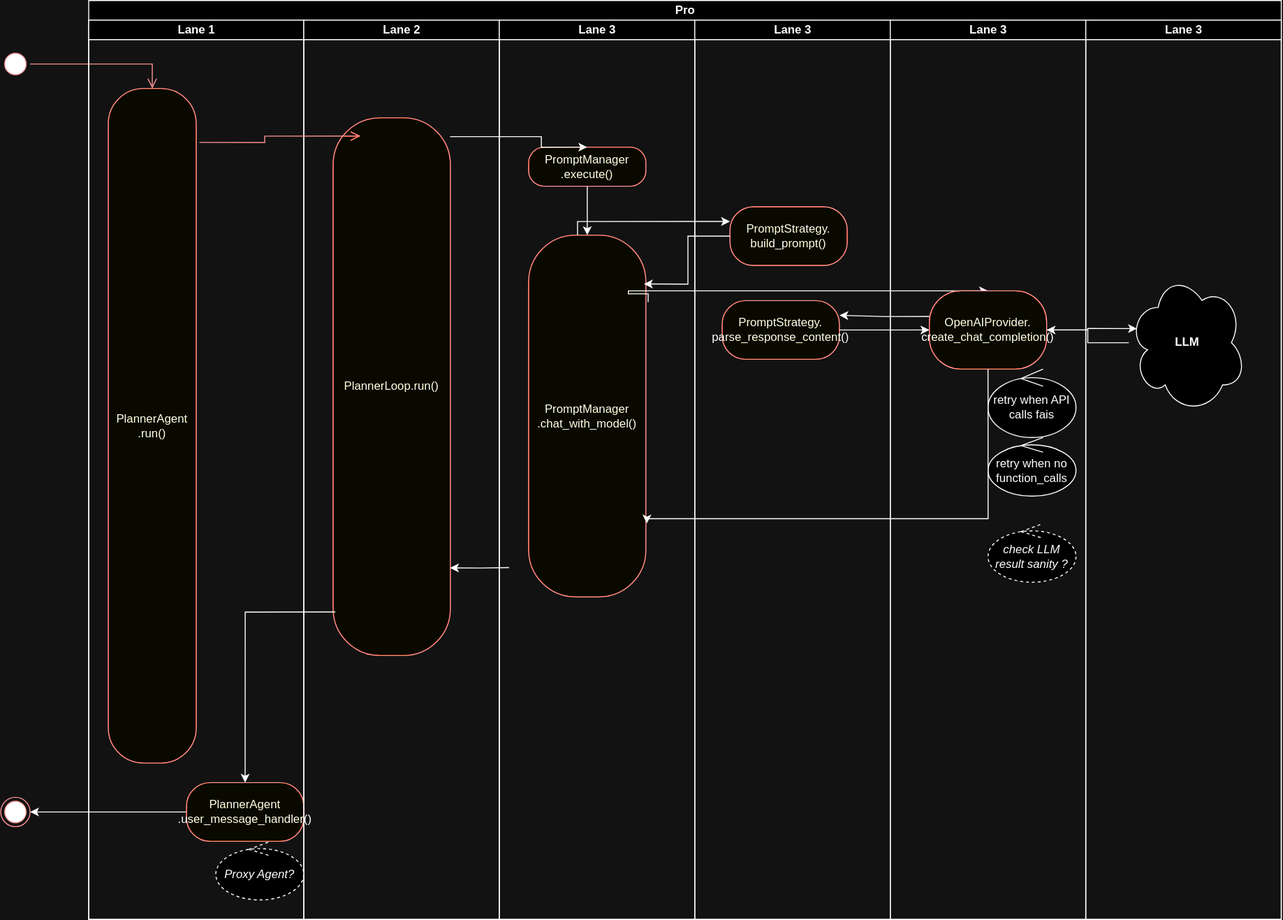
Above: Untitled Diagram.drawio.svg in Significant-Gravitas/AutoGPT (draw.io), before the change. Source tidied: cells renumbered, new cells last; positions are measured from the earlier drawing's top-left corner, leaving out a move shared by most shapes.
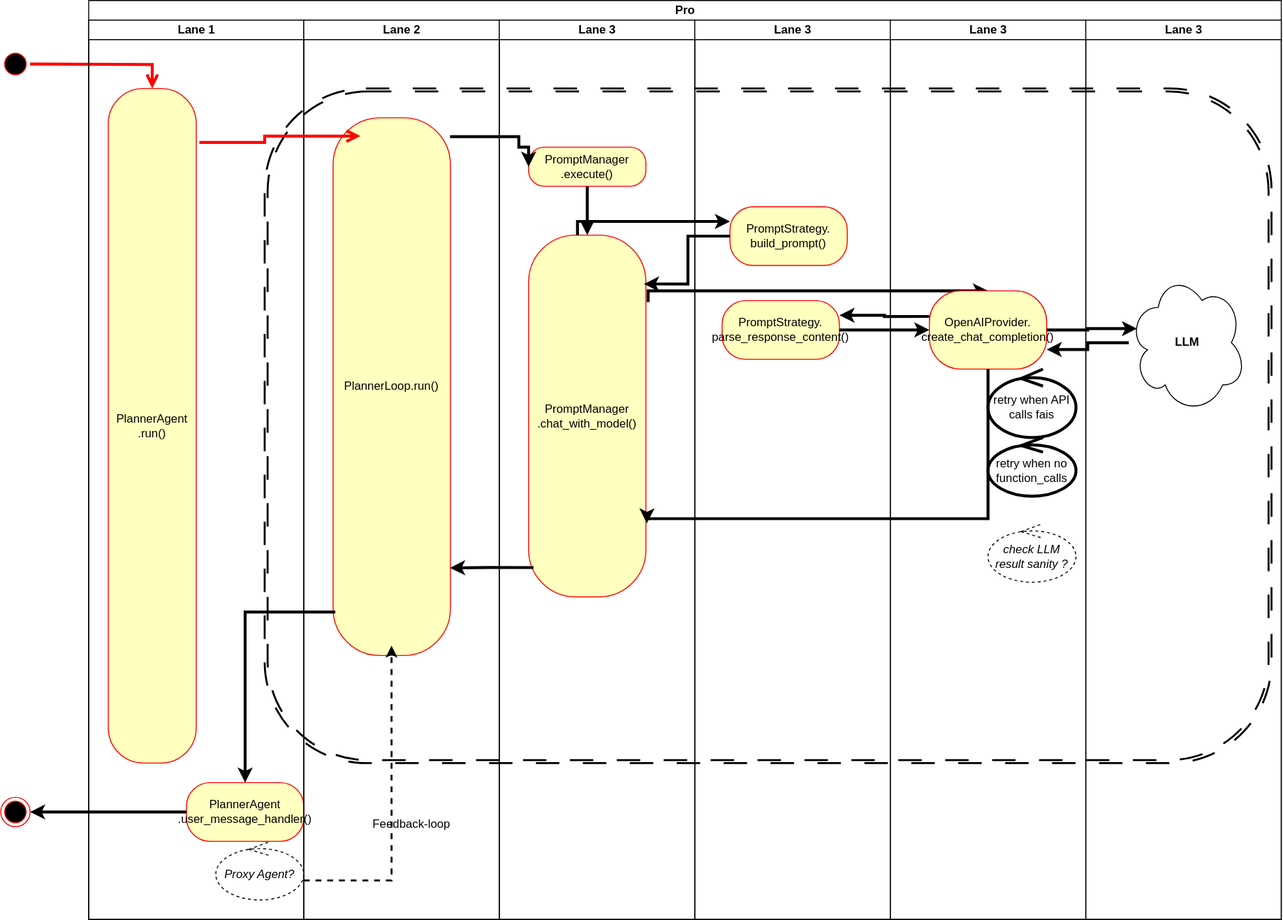
The same file after the commit.

What changed in the source:
```diff
@@ -2,11 +2,16 @@
   <root>
     <mxCell id="0" />
     <mxCell id="1" parent="0" />
+    <mxCell id="39" style="shape=ext;double=1;rounded=1;whiteSpace=wrap;html=1;dashed=1;dashPattern=12 12;fillColor=none;strokeWidth=2;" parent="1" vertex="1">
+      <mxGeometry x="270" y="90" width="1030" height="690" as="geometry" />
+    </mxCell>
     <mxCell id="2" style="ellipse;html=1;shape=startState;fillColor=#000000;strokeColor=#ff0000;" parent="1" vertex="1">
       <mxGeometry y="50" width="30" height="30" as="geometry" />
     </mxCell>
-    <mxCell id="3" style="edgeStyle=orthogonalEdgeStyle;html=1;verticalAlign=bottom;endArrow=open;endSize=8;strokeColor=#ff0000;rounded=0;" parent="1" edge="1" source="2" target="6">
-      <mxGeometry relative="1" as="geometry" />
+    <mxCell id="3" style="edgeStyle=orthogonalEdgeStyle;html=1;verticalAlign=bottom;endArrow=open;endSize=8;strokeColor=#ff0000;rounded=0;strokeWidth=3;" parent="1" edge="1" target="6">
+      <mxGeometry relative="1" as="geometry">
+        <mxPoint x="30" y="65" as="sourcePoint" />
+      </mxGeometry>
     </mxCell>
     <mxCell id="4" value="Pro" style="swimlane;startSize=20;html=1;" parent="1" vertex="1">
       <mxGeometry x="90" width="1220" height="940" as="geometry" />
@@ -32,7 +37,7 @@
     <mxCell id="11" value="Lane 3" style="swimlane;startSize=20;html=1;" parent="4" vertex="1">
       <mxGeometry x="420" y="20" width="200" height="920" as="geometry" />
     </mxCell>
-    <mxCell id="12" style="edgeStyle=orthogonalEdgeStyle;rounded=0;jettySize=auto;html=1;" parent="11" edge="1" source="13" target="14">
+    <mxCell id="12" style="edgeStyle=orthogonalEdgeStyle;rounded=0;jettySize=auto;html=1;strokeWidth=3;" parent="11" edge="1" source="13" target="14">
       <mxGeometry relative="1" as="geometry" />
     </mxCell>
     <mxCell id="13" value="PromptManager .execute()" style="rounded=1;whiteSpace=wrap;html=1;arcSize=40;fontColor=#000000;fillColor=#ffffc0;strokeColor=#ff0000;" parent="11" vertex="1">
@@ -41,10 +46,10 @@
     <mxCell id="14" value="PromptManager .chat_with_model()" style="whiteSpace=wrap;html=1;fillColor=#ffffc0;strokeColor=#ff0000;fontColor=#000000;rounded=1;arcSize=40;" parent="11" vertex="1">
       <mxGeometry x="30" y="220" width="120" height="370" as="geometry" />
     </mxCell>
-    <mxCell id="15" style="edgeStyle=orthogonalEdgeStyle;rounded=0;jettySize=auto;html=1;entryX=0.5;entryY=0;entryDx=0;entryDy=0;exitX=1.019;exitY=0.185;exitDx=0;exitDy=0;exitPerimeter=0;" parent="4" edge="1" source="14" target="23">
+    <mxCell id="15" style="edgeStyle=orthogonalEdgeStyle;rounded=0;jettySize=auto;html=1;entryX=0.5;entryY=0;entryDx=0;entryDy=0;exitX=1.019;exitY=0.185;exitDx=0;exitDy=0;exitPerimeter=0;strokeWidth=3;" parent="4" edge="1" source="14" target="23">
       <mxGeometry relative="1" as="geometry">
         <Array as="points">
-          <mxPoint x="552" y="300" />
+          <mxPoint x="572" y="297" />
         </Array>
       </mxGeometry>
     </mxCell>
@@ -57,17 +62,19 @@
     <mxCell id="18" value="PromptStrategy.&lt;br&gt;parse_response_content()" style="whiteSpace=wrap;html=1;fillColor=#ffffc0;strokeColor=#ff0000;fontColor=#000000;rounded=1;arcSize=40;" parent="16" vertex="1">
       <mxGeometry x="28" y="287" width="120" height="60" as="geometry" />
     </mxCell>
-    <mxCell id="19" style="edgeStyle=orthogonalEdgeStyle;html=1;verticalAlign=bottom;endArrow=open;endSize=8;strokeColor=#ff0000;rounded=0;entryX=0.233;entryY=0.034;entryDx=0;entryDy=0;exitX=1.036;exitY=0.08;exitDx=0;exitDy=0;exitPerimeter=0;entryPerimeter=0;" parent="4" edge="1" source="6" target="10">
+    <mxCell id="19" style="edgeStyle=orthogonalEdgeStyle;html=1;verticalAlign=bottom;endArrow=open;endSize=8;strokeColor=#ff0000;rounded=0;entryX=0.233;entryY=0.034;entryDx=0;entryDy=0;exitX=1.036;exitY=0.08;exitDx=0;exitDy=0;exitPerimeter=0;entryPerimeter=0;strokeWidth=3;" parent="4" edge="1" source="6" target="10">
       <mxGeometry relative="1" as="geometry" />
     </mxCell>
-    <mxCell id="20" style="edgeStyle=orthogonalEdgeStyle;rounded=0;jettySize=auto;html=1;entryX=0.5;entryY=0;entryDx=0;entryDy=0;exitX=0.997;exitY=0.035;exitDx=0;exitDy=0;exitPerimeter=0;" parent="4" edge="1" source="10" target="13">
+    <mxCell id="20" style="edgeStyle=orthogonalEdgeStyle;rounded=0;jettySize=auto;html=1;entryX=0;entryY=0.5;entryDx=0;entryDy=0;exitX=0.997;exitY=0.035;exitDx=0;exitDy=0;exitPerimeter=0;strokeWidth=3;" parent="4" edge="1" source="10" target="13">
       <mxGeometry relative="1" as="geometry">
         <Array as="points">
-          <mxPoint x="463" y="139" />
+          <mxPoint x="440" y="139" />
+          <mxPoint x="440" y="150" />
+          <mxPoint x="450" y="150" />
         </Array>
       </mxGeometry>
     </mxCell>
-    <mxCell id="21" style="edgeStyle=orthogonalEdgeStyle;rounded=0;jettySize=auto;html=1;entryX=0;entryY=0.25;entryDx=0;entryDy=0;" parent="4" edge="1" source="14" target="17">
+    <mxCell id="21" style="edgeStyle=orthogonalEdgeStyle;rounded=0;jettySize=auto;html=1;entryX=0;entryY=0.25;entryDx=0;entryDy=0;strokeWidth=3;" parent="4" edge="1" source="14" target="17">
       <mxGeometry relative="1" as="geometry">
         <Array as="points">
           <mxPoint x="500" y="226" />
@@ -80,22 +87,22 @@
     <mxCell id="23" value="OpenAIProvider.&lt;br&gt;create_chat_completion()" style="whiteSpace=wrap;html=1;fillColor=#ffffc0;strokeColor=#ff0000;fontColor=#000000;rounded=1;arcSize=40;" parent="22" vertex="1">
       <mxGeometry x="40" y="277" width="120" height="80" as="geometry" />
     </mxCell>
-    <mxCell id="24" value="retry when API calls fais" style="ellipse;shape=umlControl;whiteSpace=wrap;html=1;" parent="22" vertex="1">
+    <mxCell id="24" value="retry when API calls fais" style="ellipse;shape=umlControl;whiteSpace=wrap;html=1;strokeWidth=3;" parent="22" vertex="1">
       <mxGeometry x="100" y="357" width="90" height="70" as="geometry" />
     </mxCell>
-    <mxCell id="25" value="retry when no function_calls" style="ellipse;shape=umlControl;whiteSpace=wrap;html=1;" parent="22" vertex="1">
+    <mxCell id="25" value="retry when no function_calls" style="ellipse;shape=umlControl;whiteSpace=wrap;html=1;strokeWidth=3;" parent="22" vertex="1">
       <mxGeometry x="100" y="427" width="90" height="60" as="geometry" />
     </mxCell>
     <mxCell id="26" value="check LLM result sanity ?" style="ellipse;shape=umlControl;whiteSpace=wrap;html=1;dashed=1;fontStyle=2;" parent="22" vertex="1">
       <mxGeometry x="100" y="515" width="90" height="60" as="geometry" />
     </mxCell>
-    <mxCell id="27" style="edgeStyle=orthogonalEdgeStyle;rounded=0;jettySize=auto;html=1;exitX=0;exitY=0.5;exitDx=0;exitDy=0;entryX=0.983;entryY=0.135;entryDx=0;entryDy=0;entryPerimeter=0;" parent="4" edge="1" source="17" target="14">
+    <mxCell id="27" style="edgeStyle=orthogonalEdgeStyle;rounded=0;jettySize=auto;html=1;exitX=0;exitY=0.5;exitDx=0;exitDy=0;entryX=0.983;entryY=0.135;entryDx=0;entryDy=0;entryPerimeter=0;strokeWidth=3;" parent="4" edge="1" source="17" target="14">
       <mxGeometry relative="1" as="geometry" />
     </mxCell>
-    <mxCell id="28" style="edgeStyle=orthogonalEdgeStyle;rounded=0;jettySize=auto;html=1;entryX=1;entryY=0.25;entryDx=0;entryDy=0;exitX=0;exitY=0.327;exitDx=0;exitDy=0;exitPerimeter=0;" parent="4" edge="1" source="23" target="18">
+    <mxCell id="28" style="edgeStyle=orthogonalEdgeStyle;rounded=0;jettySize=auto;html=1;entryX=1;entryY=0.25;entryDx=0;entryDy=0;exitX=0;exitY=0.327;exitDx=0;exitDy=0;exitPerimeter=0;strokeWidth=3;" parent="4" edge="1" source="23" target="18">
       <mxGeometry relative="1" as="geometry" />
     </mxCell>
-    <mxCell id="29" style="edgeStyle=orthogonalEdgeStyle;rounded=0;jettySize=auto;html=1;exitX=0.5;exitY=1;exitDx=0;exitDy=0;entryX=1.008;entryY=0.797;entryDx=0;entryDy=0;entryPerimeter=0;" parent="4" edge="1" source="23" target="14">
+    <mxCell id="29" style="edgeStyle=orthogonalEdgeStyle;rounded=0;jettySize=auto;html=1;exitX=0.5;exitY=1;exitDx=0;exitDy=0;entryX=1.008;entryY=0.797;entryDx=0;entryDy=0;entryPerimeter=0;strokeWidth=3;" parent="4" edge="1" source="23" target="14">
       <mxGeometry relative="1" as="geometry">
         <Array as="points">
           <mxPoint x="890" y="530" />
@@ -103,7 +110,7 @@
         </Array>
       </mxGeometry>
     </mxCell>
-    <mxCell id="30" style="edgeStyle=orthogonalEdgeStyle;rounded=0;jettySize=auto;html=1;" parent="4" edge="1" source="18" target="23">
+    <mxCell id="30" style="edgeStyle=orthogonalEdgeStyle;rounded=0;jettySize=auto;html=1;strokeWidth=3;" parent="4" edge="1" source="18" target="23">
       <mxGeometry relative="1" as="geometry" />
     </mxCell>
     <mxCell id="31" value="Lane 3" style="swimlane;startSize=20;html=1;" parent="4" vertex="1">
@@ -112,25 +119,39 @@
     <mxCell id="32" value="&lt;b&gt;LLM&lt;/b&gt;" style="ellipse;shape=cloud;whiteSpace=wrap;html=1;" parent="31" vertex="1">
       <mxGeometry x="44" y="258" width="120" height="144" as="geometry" />
     </mxCell>
-    <mxCell id="33" style="edgeStyle=orthogonalEdgeStyle;rounded=0;jettySize=auto;html=1;entryX=0.07;entryY=0.4;entryDx=0;entryDy=0;entryPerimeter=0;" parent="4" edge="1" source="23" target="32">
-      <mxGeometry relative="1" as="geometry" />
+    <mxCell id="33" style="edgeStyle=orthogonalEdgeStyle;rounded=0;jettySize=auto;html=1;entryX=0.07;entryY=0.4;entryDx=0;entryDy=0;entryPerimeter=0;strokeWidth=3;" parent="4" edge="1" source="23" target="32">
+      <mxGeometry relative="1" as="geometry">
+        <Array as="points">
+          <mxPoint x="1022" y="337" />
+          <mxPoint x="1022" y="336" />
+        </Array>
+      </mxGeometry>
     </mxCell>
-    <mxCell id="34" style="edgeStyle=orthogonalEdgeStyle;rounded=0;jettySize=auto;html=1;" parent="4" edge="1" source="32" target="23">
+    <mxCell id="34" style="edgeStyle=orthogonalEdgeStyle;rounded=0;jettySize=auto;html=1;strokeWidth=3;entryX=1;entryY=0.75;entryDx=0;entryDy=0;" parent="4" edge="1" source="32" target="23">
       <mxGeometry relative="1" as="geometry" />
     </mxCell>
-    <mxCell id="35" style="edgeStyle=orthogonalEdgeStyle;rounded=0;jettySize=auto;html=1;entryX=0.997;entryY=0.837;entryDx=0;entryDy=0;entryPerimeter=0;" parent="4" edge="1" target="10">
-      <mxGeometry relative="1" as="geometry">
-        <mxPoint x="430" y="580" as="sourcePoint" />
-      </mxGeometry>
+    <mxCell id="35" style="edgeStyle=orthogonalEdgeStyle;rounded=0;jettySize=auto;html=1;entryX=0.997;entryY=0.837;entryDx=0;entryDy=0;entryPerimeter=0;exitX=0.042;exitY=0.919;exitDx=0;exitDy=0;exitPerimeter=0;strokeWidth=3;" parent="4" edge="1" source="14" target="10">
+      <mxGeometry relative="1" as="geometry" />
     </mxCell>
-    <mxCell id="36" style="edgeStyle=orthogonalEdgeStyle;rounded=0;jettySize=auto;html=1;exitX=0.019;exitY=0.919;exitDx=0;exitDy=0;exitPerimeter=0;entryX=0.5;entryY=0;entryDx=0;entryDy=0;" parent="4" edge="1" source="10" target="7">
+    <mxCell id="36" style="edgeStyle=orthogonalEdgeStyle;rounded=0;jettySize=auto;html=1;exitX=0.019;exitY=0.919;exitDx=0;exitDy=0;exitPerimeter=0;entryX=0.5;entryY=0;entryDx=0;entryDy=0;strokeWidth=3;" parent="4" edge="1" source="10" target="7">
       <mxGeometry relative="1" as="geometry" />
     </mxCell>
     <mxCell id="37" style="ellipse;html=1;shape=endState;fillColor=#000000;strokeColor=#ff0000;" parent="1" vertex="1">
       <mxGeometry y="815" width="30" height="30" as="geometry" />
     </mxCell>
-    <mxCell id="38" style="edgeStyle=orthogonalEdgeStyle;rounded=0;jettySize=auto;html=1;exitX=0;exitY=0.5;exitDx=0;exitDy=0;" parent="1" edge="1" source="7" target="37">
+    <mxCell id="38" style="edgeStyle=orthogonalEdgeStyle;rounded=0;jettySize=auto;html=1;exitX=0;exitY=0.5;exitDx=0;exitDy=0;strokeWidth=3;" parent="1" edge="1" source="7" target="37">
       <mxGeometry relative="1" as="geometry" />
     </mxCell>
+    <mxCell id="40" style="edgeStyle=orthogonalEdgeStyle;rounded=0;jettySize=auto;html=1;entryX=0.126;entryY=0.826;entryDx=0;entryDy=0;entryPerimeter=0;dashed=1;strokeWidth=2;" parent="1" edge="1" target="39">
+      <mxGeometry relative="1" as="geometry">
+        <mxPoint x="310" y="900" as="sourcePoint" />
+        <Array as="points">
+          <mxPoint x="400" y="900" />
+        </Array>
+      </mxGeometry>
+    </mxCell>
+    <mxCell id="41" value="Feedback-loop" style="text;html=1;align=center;verticalAlign=middle;strokeColor=none;fillColor=none;" parent="1" vertex="1">
+      <mxGeometry x="370" y="828" width="100" height="30" as="geometry" />
+    </mxCell>
   </root>
 </mxGraphModel>
```
